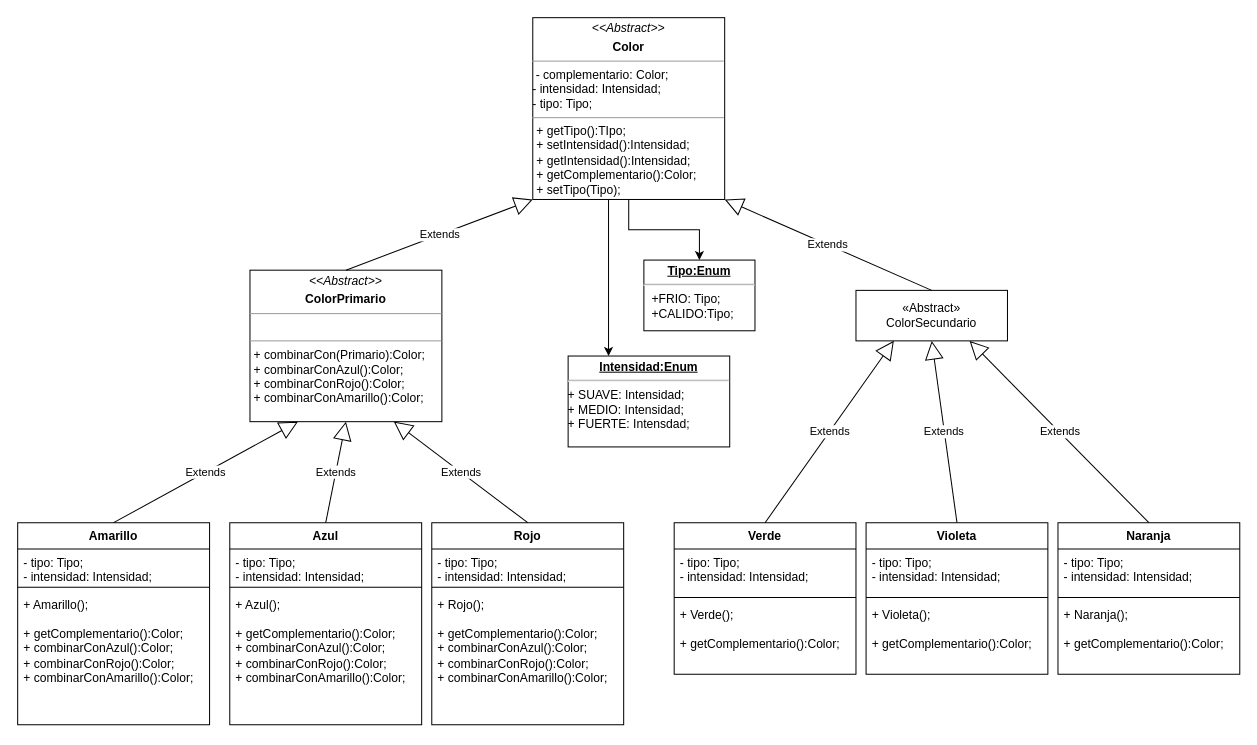
LucasBudnik/TL2_EXTRA keeps this draw.io diagram as Parcial2/Untitled Diagram.drawio. Above is the earlier version. Source tidied: cells renumbered, new cells numbered last; positions are measured from the earlier drawing's top-left corner, leaving out a move shared by most shapes. Both pictures are drawn from the tidied source at 101%, with x=0, y=0 at pixel (17, 17).
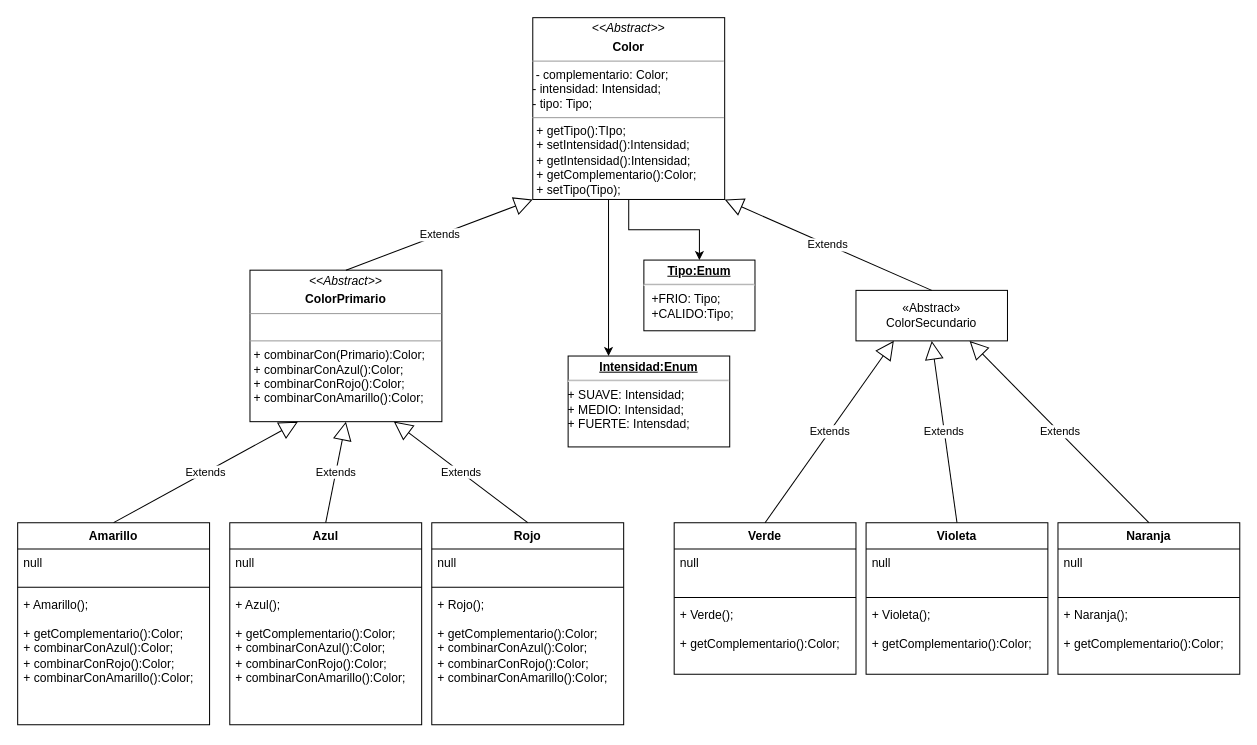
The same page after the edit.

Commit message:
remove: variables de instancia

The change refers to these unchanged cells:
```xml
<mxCell id="7" value="Amarillo" style="swimlane;fontStyle=1;align=center;verticalAlign=top;horizontal=1;startSize=26;whiteSpace=wrap;html=1;" parent="1" vertex="1">
  <mxGeometry y="500" width="190" height="200" as="geometry" />
</mxCell>
<mxCell id="11" value="Azul" style="swimlane;fontStyle=1;align=center;verticalAlign=top;horizontal=1;startSize=26;whiteSpace=wrap;html=1;" parent="1" vertex="1">
  <mxGeometry x="210" y="500" width="190" height="200" as="geometry" />
</mxCell>
<mxCell id="15" value="Rojo" style="swimlane;fontStyle=1;align=center;verticalAlign=top;horizontal=1;startSize=26;whiteSpace=wrap;html=1;" parent="1" vertex="1">
  <mxGeometry x="410" y="500" width="190" height="200" as="geometry" />
</mxCell>
<mxCell id="19" value="Verde" style="swimlane;fontStyle=1;align=center;verticalAlign=top;horizontal=1;startSize=26;whiteSpace=wrap;html=1;" parent="1" vertex="1">
  <mxGeometry x="650" y="500" width="180" height="150" as="geometry" />
</mxCell>
<mxCell id="23" value="Violeta" style="swimlane;fontStyle=1;align=center;verticalAlign=top;horizontal=1;startSize=26;whiteSpace=wrap;html=1;" parent="1" vertex="1">
  <mxGeometry x="840" y="500" width="180" height="150" as="geometry" />
</mxCell>
<mxCell id="27" value="Naranja" style="swimlane;fontStyle=1;align=center;verticalAlign=top;horizontal=1;startSize=26;whiteSpace=wrap;html=1;" parent="1" vertex="1">
  <mxGeometry x="1030" y="500" width="180" height="150" as="geometry" />
</mxCell>
```

The edit, as a diff of the source:
```diff
@@
-    <mxCell id="8" value="- tipo: Tipo;&lt;br&gt;- intensidad: Intensidad;" style="text;strokeColor=none;fillColor=none;align=left;verticalAlign=top;spacingLeft=4;spacingRight=4;overflow=hidden;whiteSpace=wrap;html=1;" parent="7" vertex="1">
+    <mxCell id="8" value="null" style="text;strokeColor=none;fillColor=none;align=left;verticalAlign=top;spacingLeft=4;spacingRight=4;overflow=hidden;whiteSpace=wrap;html=1;" parent="7" vertex="1">
       <mxGeometry y="26" width="190" height="34" as="geometry" />
     </mxCell>
@@
-    <mxCell id="12" value="- tipo: Tipo;&lt;br&gt;- intensidad: Intensidad;" style="text;strokeColor=none;fillColor=none;align=left;verticalAlign=top;spacingLeft=4;spacingRight=4;overflow=hidden;whiteSpace=wrap;html=1;" parent="11" vertex="1">
+    <mxCell id="12" value="null" style="text;strokeColor=none;fillColor=none;align=left;verticalAlign=top;spacingLeft=4;spacingRight=4;overflow=hidden;whiteSpace=wrap;html=1;" parent="11" vertex="1">
       <mxGeometry y="26" width="190" height="34" as="geometry" />
     </mxCell>
@@
-    <mxCell id="16" value="- tipo: Tipo;&lt;br&gt;- intensidad: Intensidad;" style="text;strokeColor=none;fillColor=none;align=left;verticalAlign=top;spacingLeft=4;spacingRight=4;overflow=hidden;whiteSpace=wrap;html=1;" parent="15" vertex="1">
+    <mxCell id="16" value="null" style="text;strokeColor=none;fillColor=none;align=left;verticalAlign=top;spacingLeft=4;spacingRight=4;overflow=hidden;whiteSpace=wrap;html=1;" parent="15" vertex="1">
       <mxGeometry y="26" width="190" height="34" as="geometry" />
     </mxCell>
@@
-    <mxCell id="20" value="- tipo: Tipo;&lt;br&gt;- intensidad: Intensidad;" style="text;strokeColor=none;fillColor=none;align=left;verticalAlign=top;spacingLeft=4;spacingRight=4;overflow=hidden;whiteSpace=wrap;html=1;" parent="19" vertex="1">
+    <mxCell id="20" value="null" style="text;strokeColor=none;fillColor=none;align=left;verticalAlign=top;spacingLeft=4;spacingRight=4;overflow=hidden;whiteSpace=wrap;html=1;" parent="19" vertex="1">
       <mxGeometry y="26" width="180" height="44" as="geometry" />
     </mxCell>
@@
-    <mxCell id="24" value="- tipo: Tipo;&lt;br&gt;- intensidad: Intensidad;" style="text;strokeColor=none;fillColor=none;align=left;verticalAlign=top;spacingLeft=4;spacingRight=4;overflow=hidden;whiteSpace=wrap;html=1;" parent="23" vertex="1">
+    <mxCell id="24" value="null" style="text;strokeColor=none;fillColor=none;align=left;verticalAlign=top;spacingLeft=4;spacingRight=4;overflow=hidden;whiteSpace=wrap;html=1;" parent="23" vertex="1">
       <mxGeometry y="26" width="180" height="44" as="geometry" />
     </mxCell>
@@
-    <mxCell id="28" value="- tipo: Tipo;&lt;br&gt;- intensidad: Intensidad;" style="text;strokeColor=none;fillColor=none;align=left;verticalAlign=top;spacingLeft=4;spacingRight=4;overflow=hidden;whiteSpace=wrap;html=1;" parent="27" vertex="1">
+    <mxCell id="28" value="null" style="text;strokeColor=none;fillColor=none;align=left;verticalAlign=top;spacingLeft=4;spacingRight=4;overflow=hidden;whiteSpace=wrap;html=1;" parent="27" vertex="1">
       <mxGeometry y="26" width="180" height="44" as="geometry" />
     </mxCell>
```
